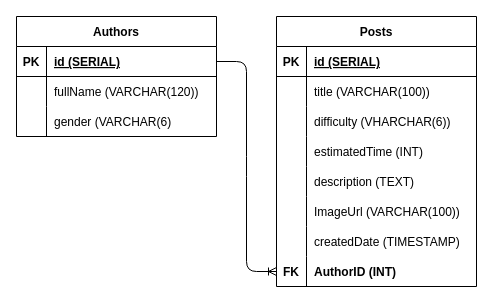
Before: schema.drawio in dekalouis/DIY-platform, a draw.io diagram. Source tidied: cells renumbered, new cells numbered last; positions are measured from the earlier drawing's top-left corner, leaving out a move shared by most shapes. Both pictures are drawn from the tidied source at 100%, with x=0, y=0 at pixel (16, 16).
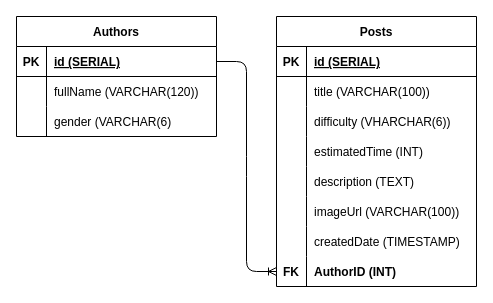
The same diagram, later.

The change refers to these unchanged cells:
```xml
<mxCell id="28" style="shape=tableRow;horizontal=0;startSize=0;swimlaneHead=0;swimlaneBody=0;fillColor=none;top=0;left=0;right=0;bottom=0;" parent="12" vertex="1">
  <mxGeometry y="180" width="200" height="30" as="geometry" />
</mxCell>
```

The edit, as a diff of the source:
```diff
@@
-    <mxCell id="30" value="ImageUrl (VARCHAR(100))" style="shape=partialRectangle;fillColor=none;top=0;left=0;bottom=0;right=0;align=left;spacingLeft=6;overflow=hidden;" parent="28" vertex="1">
+    <mxCell id="30" value="imageUrl (VARCHAR(100))" style="shape=partialRectangle;fillColor=none;top=0;left=0;bottom=0;right=0;align=left;spacingLeft=6;overflow=hidden;" parent="28" vertex="1">
       <mxGeometry x="30" width="170" height="30" as="geometry" />
     </mxCell>
```
